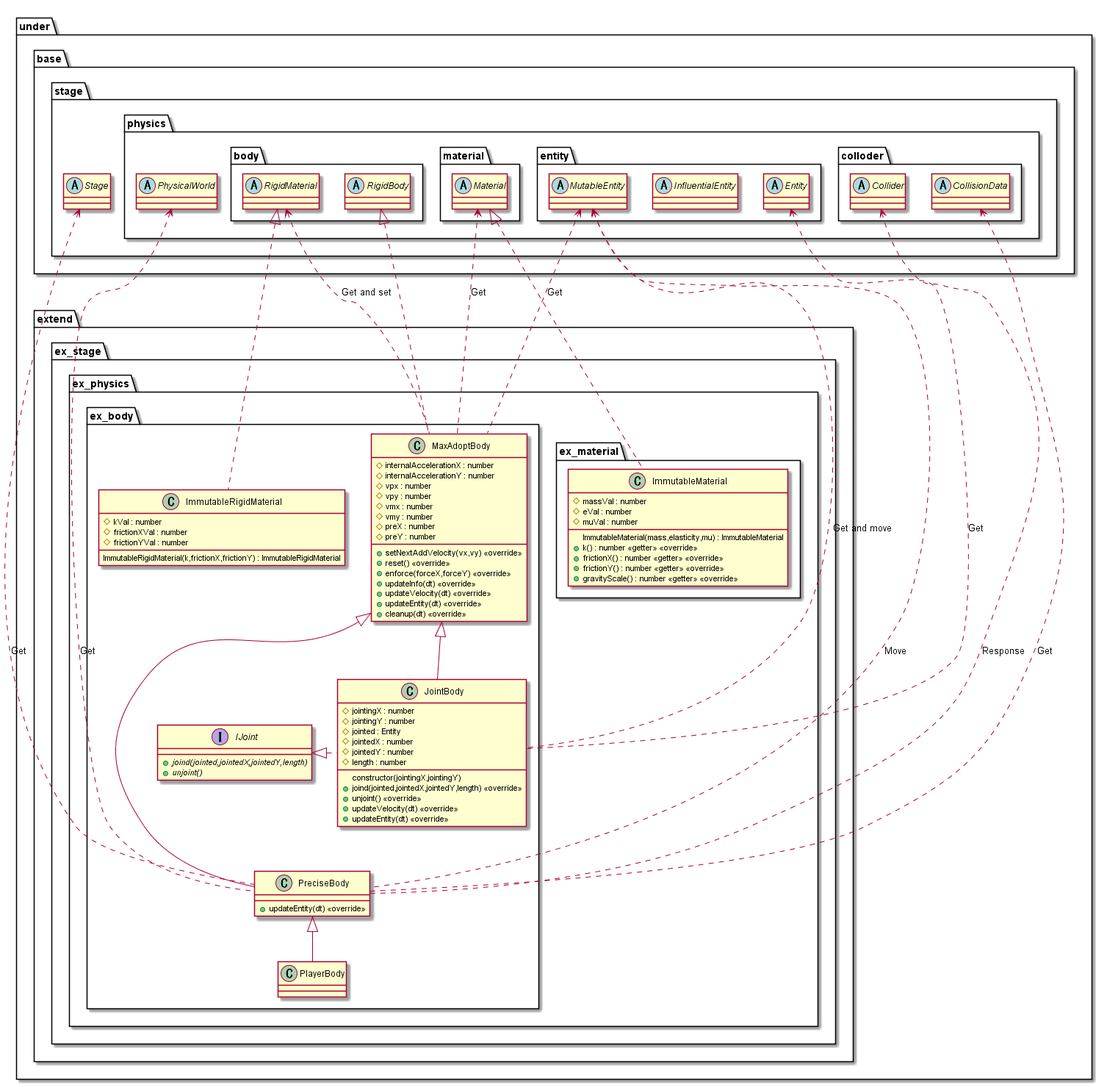
Earlier version of the PlantUML export out/uml/entity/physical/Extend/PhysicalExtend.png (Expine/Under).
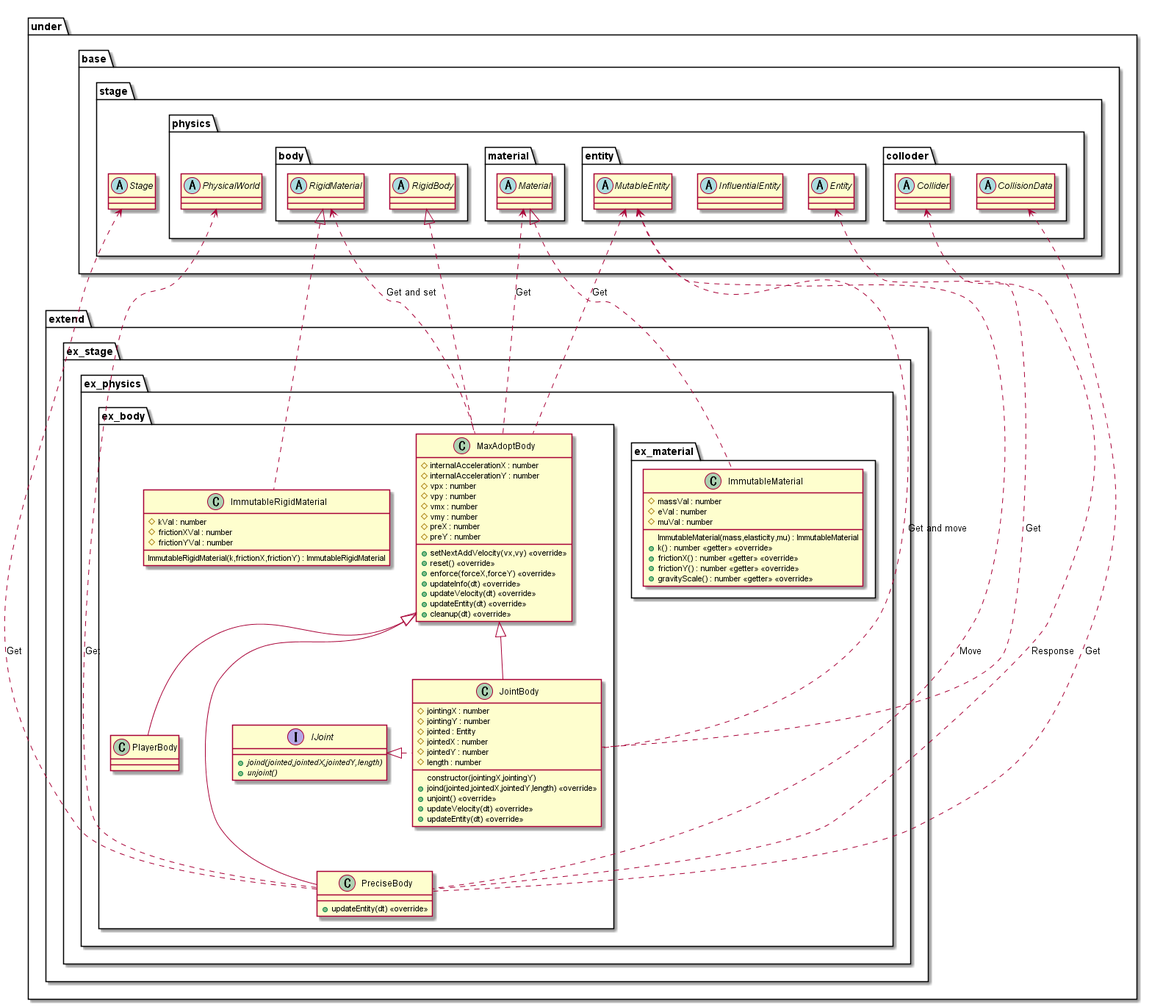
Above is the later version.

What changed in the source:
```diff
@@ -110,7 +110,7 @@
 
 RigidBody <|.. MaxAdoptBody
 MaxAdoptBody <|--- PreciseBody
-PreciseBody <|-- PlayerBody
+MaxAdoptBody <|-- PlayerBody
 IJoint <|. JointBody
 MaxAdoptBody <|-- JointBody
 RigidMaterial <|.. ImmutableRigidMaterial
```
